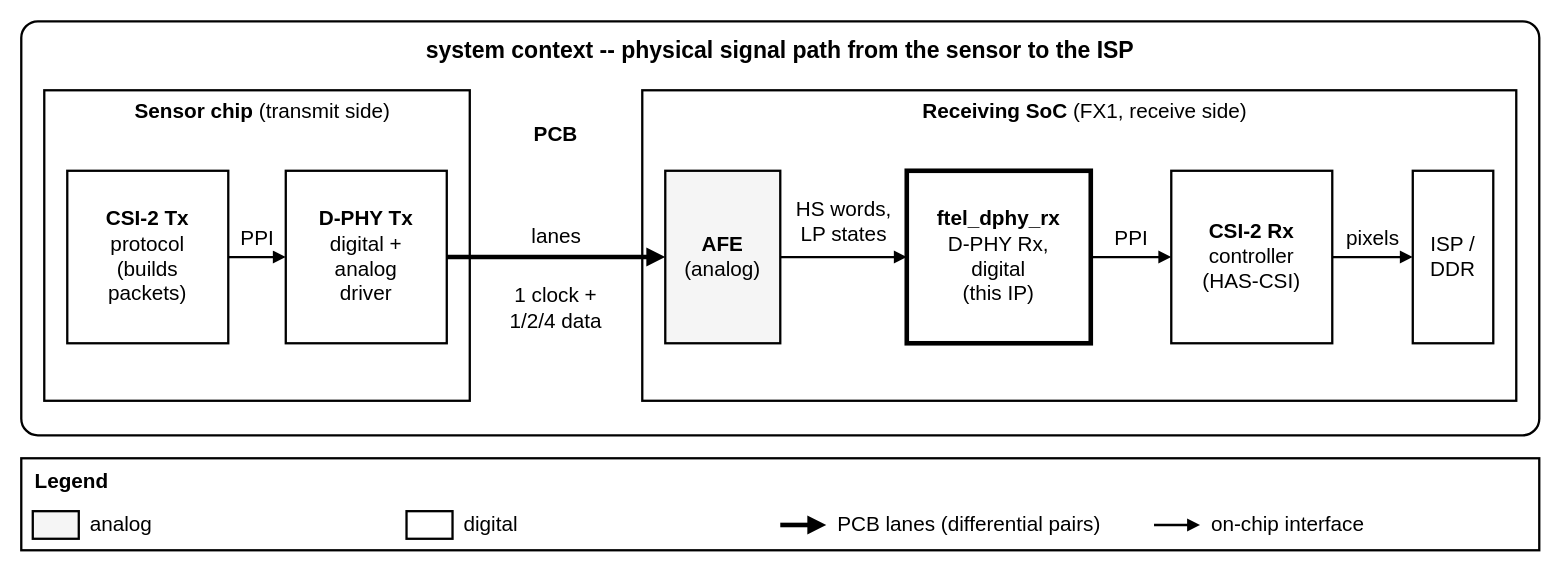
This is 22fdx/rx/digital/hw/rtl/ip/ftel_dphy_rx/doc/figures/ftel_dphy_rx_system.drawio from ftel-cdc/fu3_dphy, a draw.io file, before an edit. Source tidied: cells renumbered, new cells numbered last; positions are measured from the earlier drawing's top-left corner, leaving out a move shared by most shapes. Both pictures are drawn from the tidied source at 115%, with x=0, y=0 at pixel (21, 21).
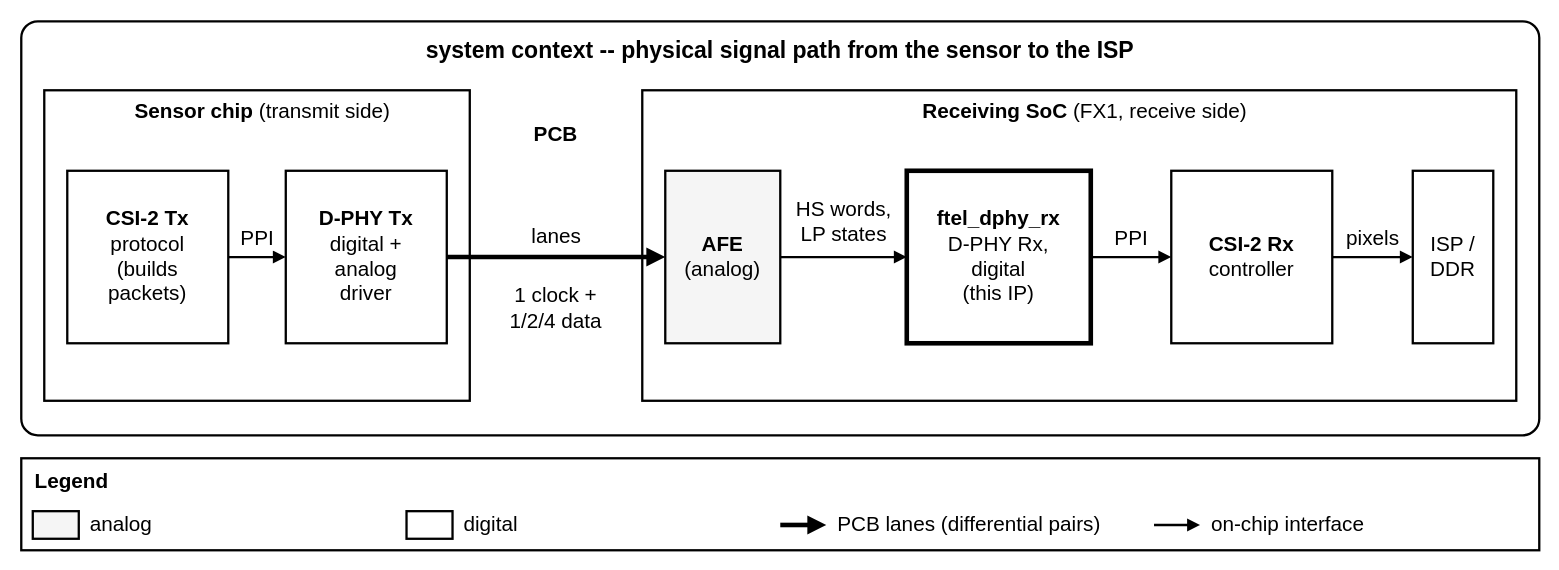
After the change.

What changed in the source:
```diff
@@
-    <mxCell id="13" value="&lt;b&gt;CSI-2 Rx&lt;/b&gt;&lt;br&gt;controller&lt;br&gt;(HAS-CSI)" style="rounded=0;whiteSpace=wrap;html=1;fontSize=18;strokeWidth=2;fillColor=#FFFFFF;align=center;verticalAlign=middle;spacing=4;" parent="1" vertex="1">
+    <mxCell id="13" value="&lt;b&gt;CSI-2 Rx&lt;/b&gt;&lt;br&gt;controller" style="rounded=0;whiteSpace=wrap;html=1;fontSize=18;strokeWidth=2;fillColor=#FFFFFF;align=center;verticalAlign=middle;spacing=4;" parent="1" vertex="1">
       <mxGeometry x="1000" y="130" width="140" height="150" as="geometry" />
     </mxCell>
```
